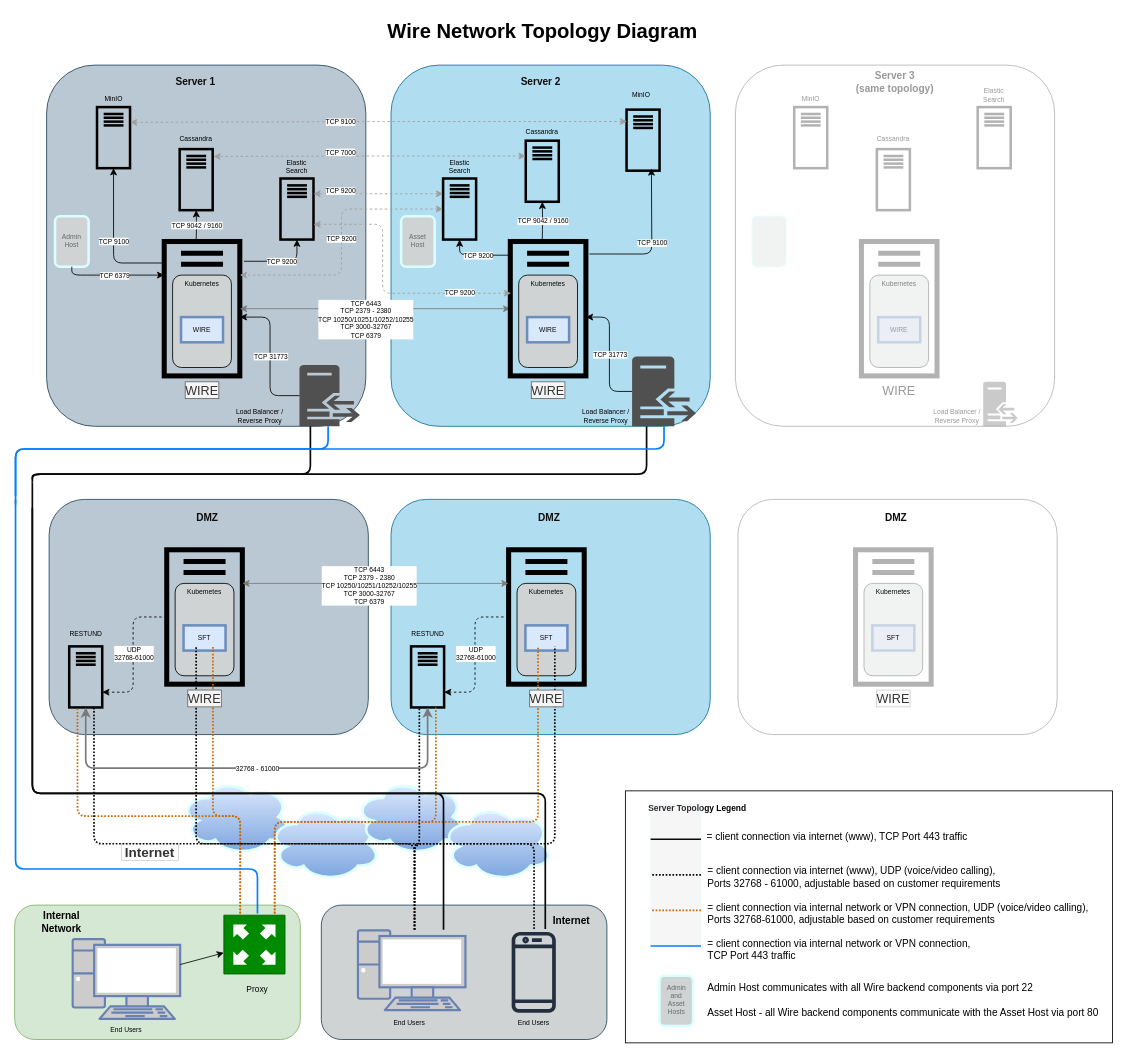
This is src/how-to/install/img/dmz-network-topology.drawio from wireapp/wire-server, a draw.io file, before an edit. Source tidied: cells renumbered, new cells numbered last; positions are measured from the earlier drawing's top-left corner, leaving out a move shared by most shapes. Both pictures are drawn from the tidied source at 84%, with x=0, y=0 at pixel (14, 14).
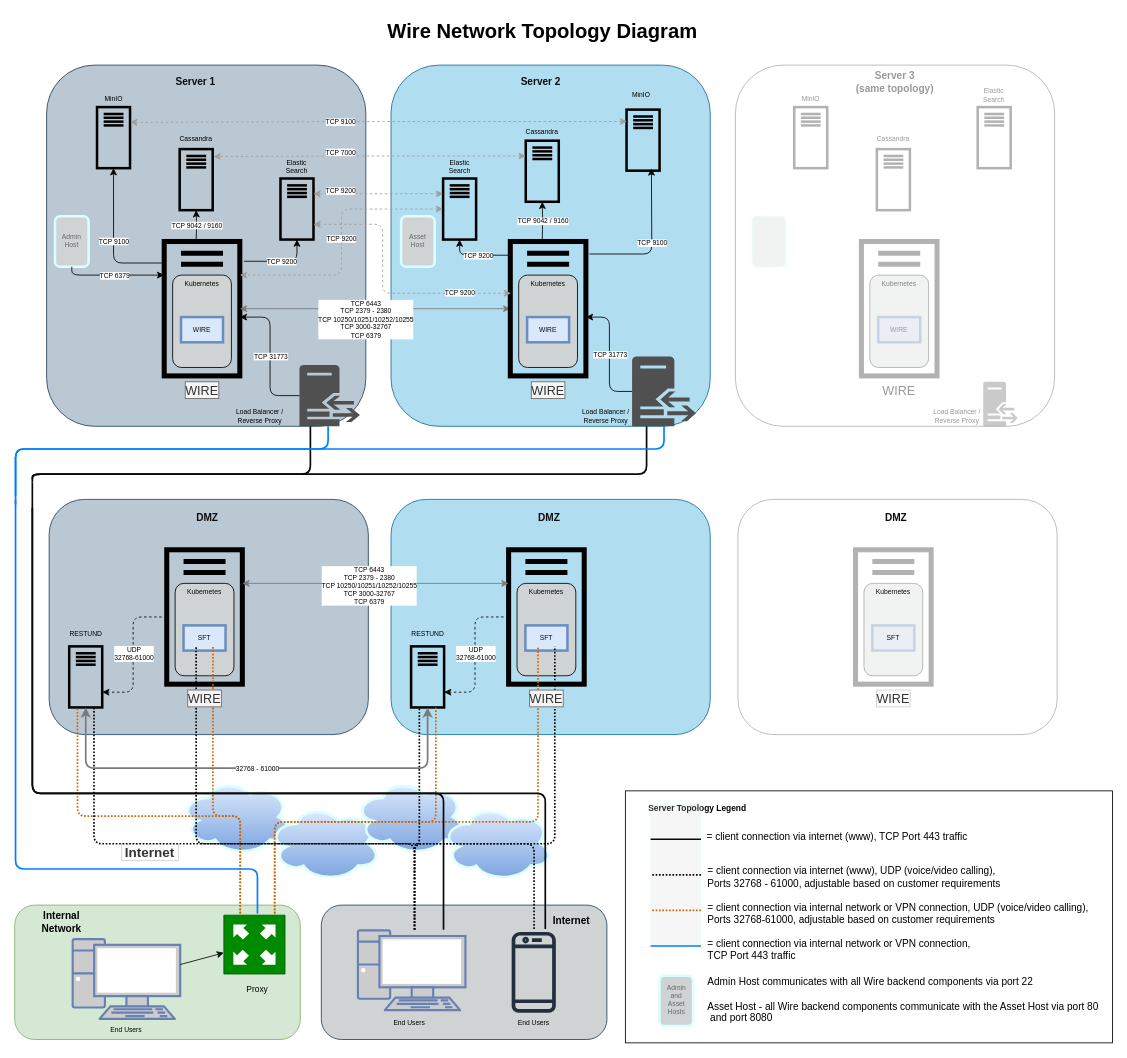
Above is the later version.

Commit message (it also covers changes not shown here):
update diagrams and their outputs to include port 8080 on top of port 80 for the asset host

Change to the diagram source:
```diff
@@
-    <mxCell id="176" value="&lt;div style=&quot;font-size: 12px;&quot;&gt;Admin Host communicates with all Wire backend components via port 22&lt;/div&gt;&lt;div style=&quot;font-size: 12px;&quot;&gt;&lt;br style=&quot;font-size: 12px;&quot;&gt;&lt;/div&gt;&lt;div style=&quot;font-size: 12px;&quot;&gt;Asset Host - all Wire backend components communicate with the Asset Host via port 80&lt;br style=&quot;font-size: 12px;&quot;&gt;&lt;/div&gt;" style="text;html=1;strokeColor=none;fillColor=none;align=left;verticalAlign=middle;whiteSpace=wrap;rounded=0;fontSize=12;fontColor=#000000;opacity=20;" parent="1" vertex="1">
+    <mxCell id="176" value="&lt;div style=&quot;font-size: 12px&quot;&gt;Admin Host communicates with all Wire backend components via port 22&lt;/div&gt;&lt;div style=&quot;font-size: 12px&quot;&gt;&lt;br style=&quot;font-size: 12px&quot;&gt;&lt;/div&gt;&lt;div style=&quot;font-size: 12px&quot;&gt;Asset Host - all Wire backend components communicate with the Asset Host via port 80&lt;br style=&quot;font-size: 12px&quot;&gt;&lt;/div&gt;&amp;nbsp;and port 8080" style="text;html=1;strokeColor=none;fillColor=none;align=left;verticalAlign=middle;whiteSpace=wrap;rounded=0;fontSize=12;fontColor=#000000;opacity=20;" parent="1" vertex="1">
       <mxGeometry x="823" y="1148" width="484" height="50" as="geometry" />
     </mxCell>
```
